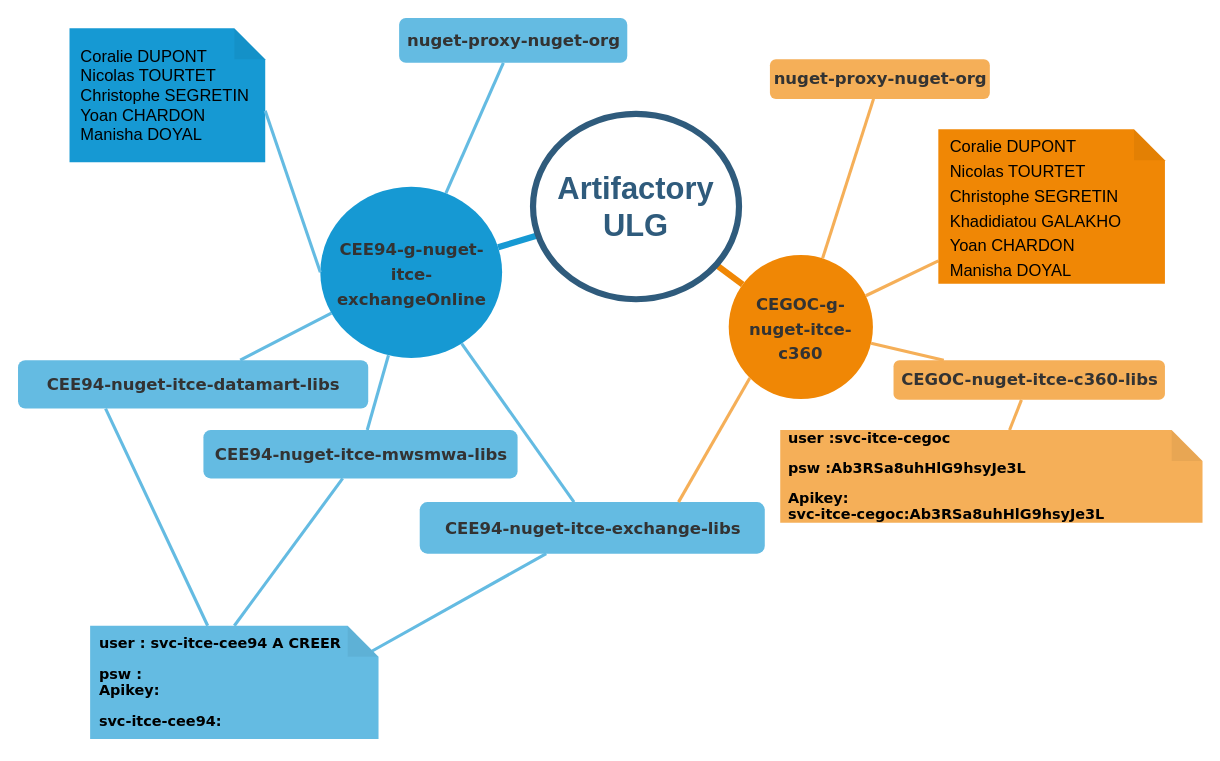
Before: page "C360-Administrateurs" (1 of 2) of artifactory-uld_Diagram.drawio in jmrablat/diagrams, a draw.io diagram. Source tidied: cells renumbered, new cells numbered last; positions are measured from the earlier drawing's top-left corner, leaving out a move shared by most shapes. Both pictures are drawn from the tidied source at 103%, with x=0, y=0 at pixel (18, 18).
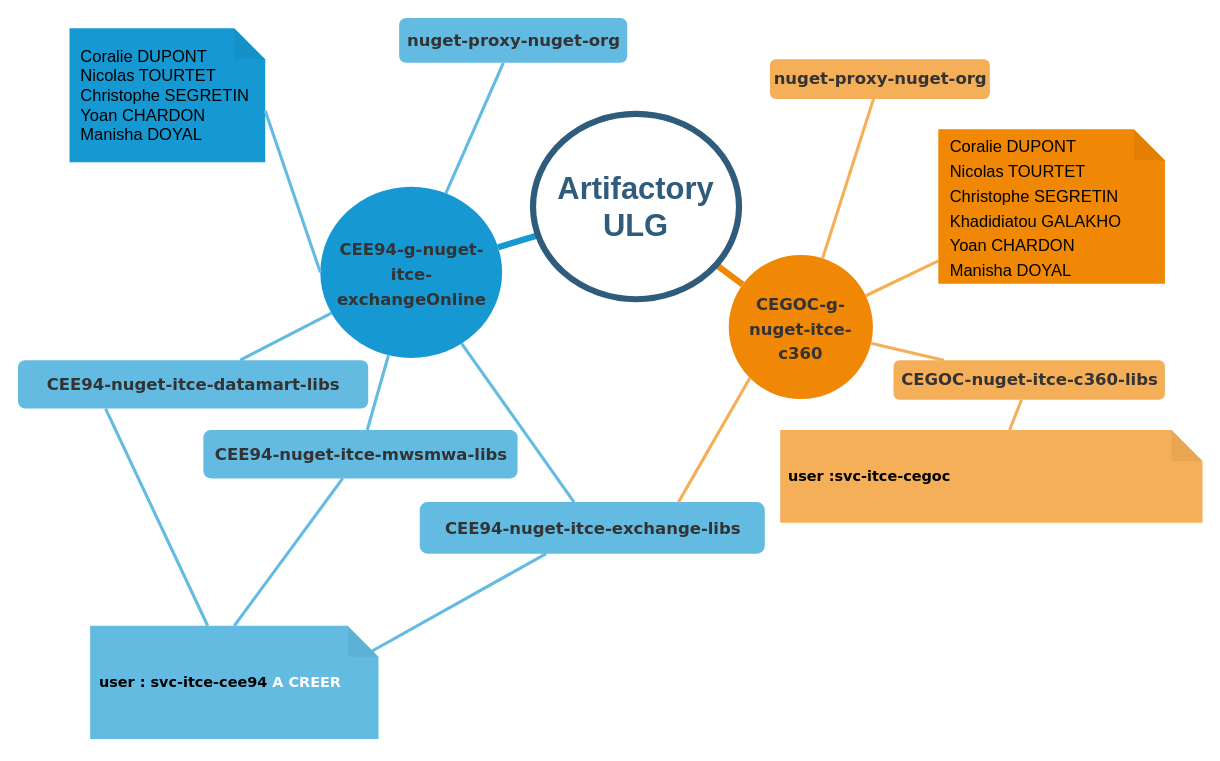
The same page after the edit.

Commit message:
version sans mot de passe

Change to the diagram source:
```diff
@@
-    <mxCell id="28" value="&lt;p style=&quot;margin: 0in ; font-size: 14px&quot;&gt;&lt;font style=&quot;font-size: 14px&quot;&gt;user&amp;nbsp;:svc-itce-cegoc&lt;/font&gt;&lt;/p&gt;&lt;p&gt;&lt;font style=&quot;font-size: 14px&quot;&gt;&lt;span&gt;psw&amp;nbsp;:&lt;/span&gt;Ab3RSa8uhHlG9hsyJe3L&lt;/font&gt;&lt;/p&gt;&lt;p style=&quot;margin: 0in ; font-size: 14px&quot;&gt;&lt;font style=&quot;font-size: 14px&quot;&gt;Apikey:&lt;/font&gt;&lt;/p&gt;&lt;p style=&quot;margin: 0in ; font-size: 14px&quot;&gt;&lt;font style=&quot;font-size: 14px&quot;&gt;svc-itce-cegoc:Ab3RSa8uhHlG9hsyJe3L&lt;/font&gt;&lt;/p&gt;" style="shape=note;whiteSpace=wrap;html=1;backgroundOutline=1;darkOpacity=0.05;rounded=1;shadow=0;strokeColor=none;strokeWidth=3;fillColor=#f5af58;align=left;spacingLeft=6;fontStyle=1;fontFamily=Verdana;" parent="1" vertex="1">
+    <mxCell id="28" value="&lt;p style=&quot;margin: 0in ; font-size: 14px&quot;&gt;&lt;font style=&quot;font-size: 14px&quot;&gt;user&amp;nbsp;:svc-itce-cegoc&lt;/font&gt;&lt;/p&gt;" style="shape=note;whiteSpace=wrap;html=1;backgroundOutline=1;darkOpacity=0.05;rounded=1;shadow=0;strokeColor=none;strokeWidth=3;fillColor=#f5af58;align=left;spacingLeft=6;fontStyle=1;fontFamily=Verdana;" parent="1" vertex="1">
       <mxGeometry x="740" y="400" width="410" height="90" as="geometry" />
     </mxCell>
-    <mxCell id="29" value="&lt;p style=&quot;margin: 0in ; font-size: 12px&quot;&gt;&lt;/p&gt;&lt;p style=&quot;font-size: 14px&quot;&gt;&lt;font style=&quot;font-size: 14px ; line-height: 100%&quot;&gt;&lt;font style=&quot;font-size: 14px&quot;&gt;&lt;span&gt;user&amp;nbsp;: svc-itce-cee94 &lt;/span&gt;&lt;font style=&quot;font-size: 14px&quot;&gt;A CREER&lt;br&gt;&lt;/font&gt;&lt;/font&gt;&lt;/font&gt;&lt;p&gt;&lt;font style=&quot;font-size: 14px ; line-height: 100%&quot;&gt;&lt;font style=&quot;font-size: 14px&quot;&gt;&lt;span&gt;psw&amp;nbsp;:&amp;nbsp;&lt;br&gt;&lt;/span&gt;&lt;/font&gt;&lt;/font&gt;&lt;font style=&quot;font-size: 14px ; line-height: 100%&quot;&gt;&lt;font style=&quot;font-size: 14px&quot;&gt;&lt;span&gt;Apikey:&lt;/span&gt;&lt;/font&gt;&lt;/font&gt;&lt;/p&gt;&lt;/p&gt;&lt;p style=&quot;font-size: 14px&quot;&gt;&lt;span&gt;svc-itce-cee94:&lt;/span&gt;&lt;/p&gt;&lt;p style=&quot;font-size: 12px&quot;&gt;&lt;/p&gt;" style="shape=note;whiteSpace=wrap;html=1;backgroundOutline=1;darkOpacity=0.05;rounded=1;shadow=0;strokeColor=none;strokeWidth=3;fillColor=#64BBE2;align=left;fontFamily=Verdana;fontStyle=1;fontSize=12;spacingLeft=7;" parent="1" vertex="1">
+    <mxCell id="29" value="&lt;p style=&quot;margin: 0in ; font-size: 12px&quot;&gt;&lt;/p&gt;&lt;p style=&quot;font-size: 14px&quot;&gt;&lt;font style=&quot;font-size: 14px ; line-height: 100%&quot;&gt;&lt;font style=&quot;font-size: 14px&quot;&gt;&lt;span&gt;user&amp;nbsp;: svc-itce-cee94 &lt;/span&gt;&lt;font style=&quot;font-size: 14px&quot; color=&quot;#ffffff&quot;&gt;A CREER&lt;/font&gt;&lt;/font&gt;&lt;/font&gt;&lt;/p&gt;&lt;p style=&quot;font-size: 12px&quot;&gt;&lt;/p&gt;" style="shape=note;whiteSpace=wrap;html=1;backgroundOutline=1;darkOpacity=0.05;rounded=1;shadow=0;strokeColor=none;strokeWidth=3;fillColor=#64BBE2;align=left;fontFamily=Verdana;fontStyle=1;fontSize=12;spacingLeft=7;" parent="1" vertex="1">
       <mxGeometry x="70" y="590" width="280" height="110" as="geometry" />
     </mxCell>
```
